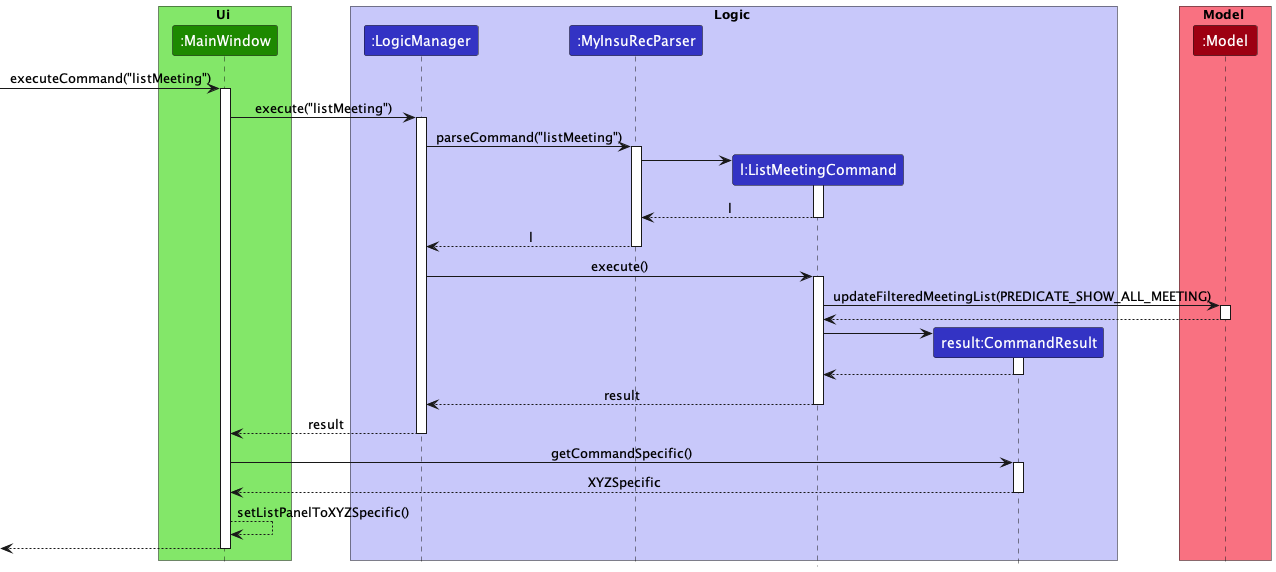
This is docs/images/DifferentViewPanelsSequenceDiagram.png from nus-cs2103-AY2223S1/tp, a PlantUML export, as it was before one commit. Its diagram source:
```plantuml
@startuml
!include style.puml

box Ui UI_COLOR_T1
participant ":MainWindow" as MainWindow UI_COLOR
end box

box Logic LOGIC_COLOR_T1
participant ":LogicManager" as LogicManager LOGIC_COLOR
participant ":MyInsuRecParser" as MyInsuRecParser LOGIC_COLOR
participant "l:ListMeetingCommand" as ListMeetingCommand LOGIC_COLOR
participant "result:CommandResult" as CommandResult LOGIC_COLOR
end box

box Model MODEL_COLOR_T1
participant ":Model" as Model MODEL_COLOR
end box


[->MainWindow : executeCommand("listMeeting")
activate MainWindow

MainWindow -> LogicManager : execute("listMeeting")
activate LogicManager

LogicManager -> MyInsuRecParser : parseCommand("listMeeting")
activate MyInsuRecParser

create ListMeetingCommand
MyInsuRecParser -> ListMeetingCommand
activate ListMeetingCommand

ListMeetingCommand --> MyInsuRecParser : l
deactivate ListMeetingCommand

MyInsuRecParser --> LogicManager : l
deactivate MyInsuRecParser

LogicManager -> ListMeetingCommand : execute()
activate ListMeetingCommand

ListMeetingCommand -> Model : updateFilteredMeetingList(PREDICATE_SHOW_ALL_MEETING)
activate Model

Model --> ListMeetingCommand
deactivate Model

create CommandResult
ListMeetingCommand -> CommandResult
activate CommandResult

CommandResult --> ListMeetingCommand
deactivate CommandResult

ListMeetingCommand --> LogicManager : result
deactivate ListMeetingCommand

LogicManager --> MainWindow : result
deactivate LogicManager

MainWindow -> CommandResult : getCommandSpecific()
activate CommandResult

CommandResult --> MainWindow : XYZSpecific
deactivate CommandResult

MainWindow --> MainWindow : setListPanelToXYZSpecific()

[<--MainWindow
deactivate MainWindow
@enduml
```
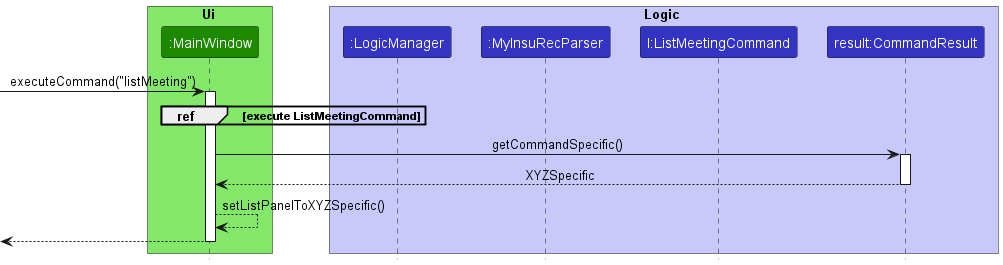
Above is the later version.

Change to the diagram source:
```diff
@@ -12,51 +12,14 @@
 participant "result:CommandResult" as CommandResult LOGIC_COLOR
 end box
 
-box Model MODEL_COLOR_T1
-participant ":Model" as Model MODEL_COLOR
-end box
 
 
 [->MainWindow : executeCommand("listMeeting")
 activate MainWindow
 
-MainWindow -> LogicManager : execute("listMeeting")
-activate LogicManager
+group ref [execute ListMeetingCommand]
 
-LogicManager -> MyInsuRecParser : parseCommand("listMeeting")
-activate MyInsuRecParser
-
-create ListMeetingCommand
-MyInsuRecParser -> ListMeetingCommand
-activate ListMeetingCommand
-
-ListMeetingCommand --> MyInsuRecParser : l
-deactivate ListMeetingCommand
-
-MyInsuRecParser --> LogicManager : l
-deactivate MyInsuRecParser
-
-LogicManager -> ListMeetingCommand : execute()
-activate ListMeetingCommand
-
-ListMeetingCommand -> Model : updateFilteredMeetingList(PREDICATE_SHOW_ALL_MEETING)
-activate Model
-
-Model --> ListMeetingCommand
-deactivate Model
-
-create CommandResult
-ListMeetingCommand -> CommandResult
-activate CommandResult
-
-CommandResult --> ListMeetingCommand
-deactivate CommandResult
-
-ListMeetingCommand --> LogicManager : result
-deactivate ListMeetingCommand
-
-LogicManager --> MainWindow : result
-deactivate LogicManager
+end
 
 MainWindow -> CommandResult : getCommandSpecific()
 activate CommandResult
```
